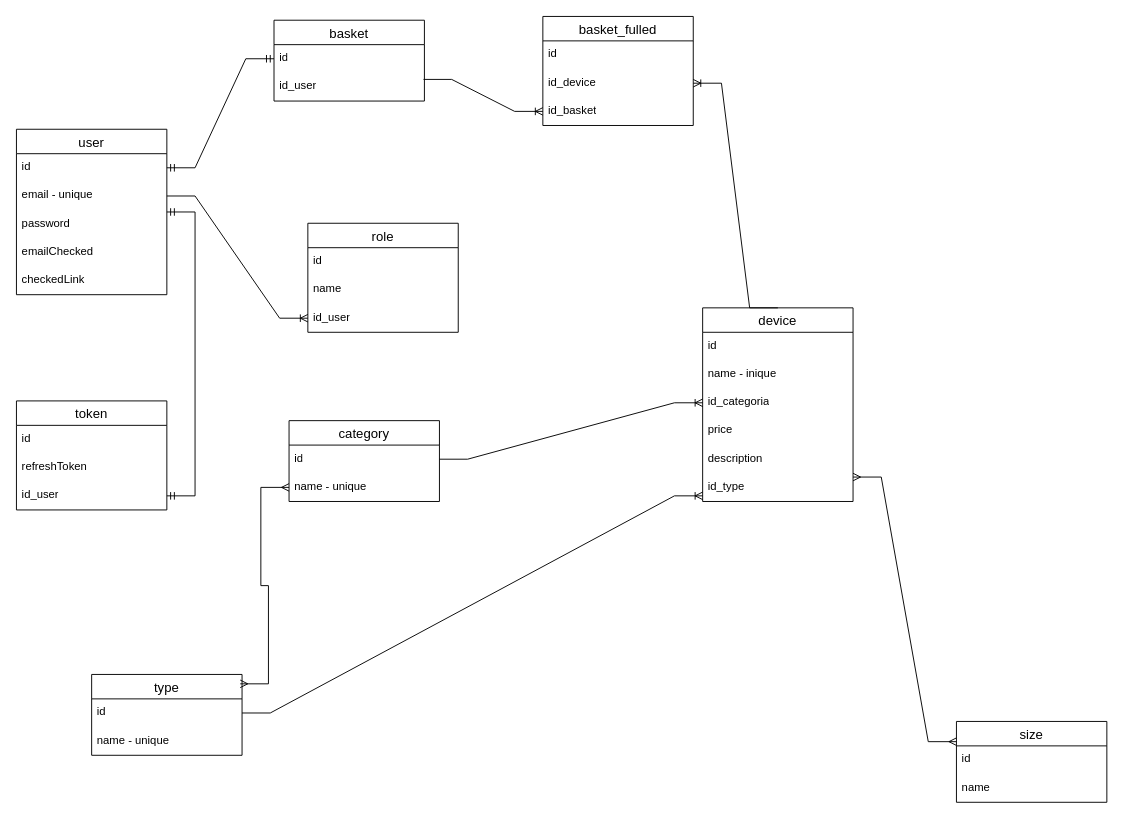
The draw.io diagram shose.drawio in OlegGrn/draw_io, before the edit. Source tidied: cells renumbered, new cells numbered last; positions are measured from the earlier drawing's top-left corner, leaving out a move shared by most shapes. Both pictures are drawn from the tidied source at 94%, with x=0, y=0 at pixel (-22, 16).
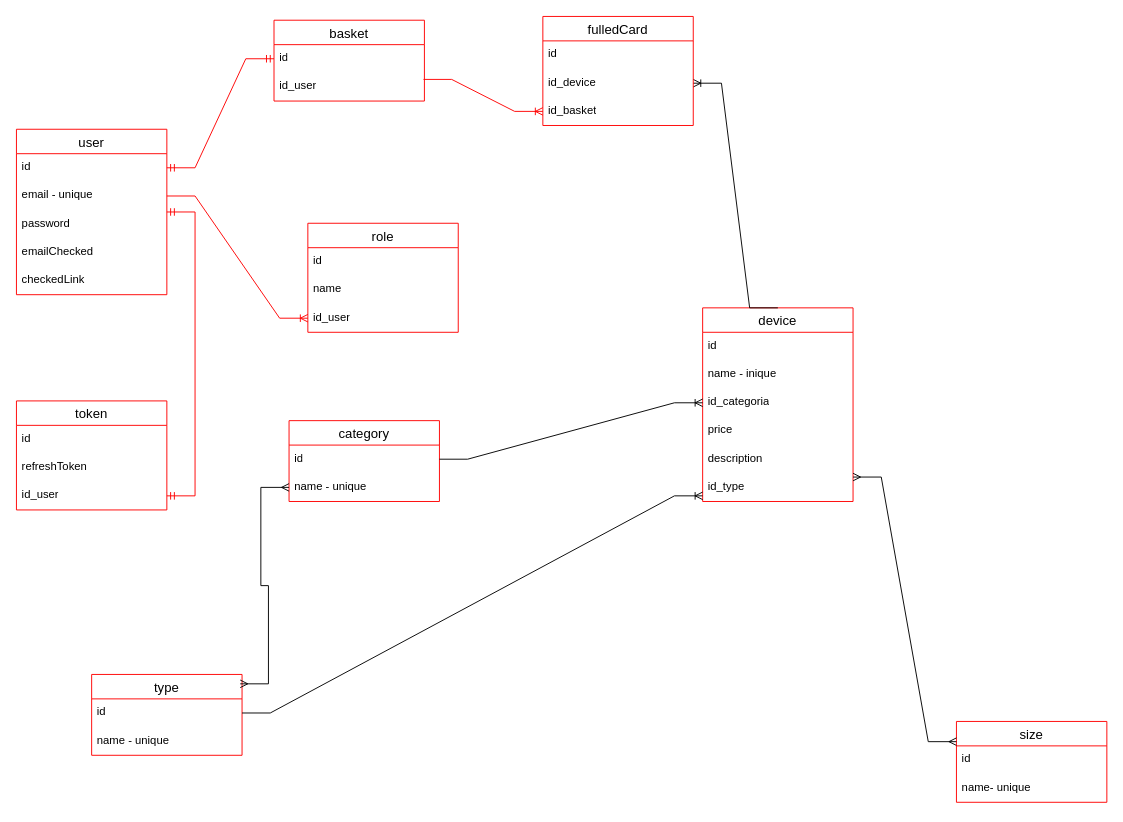
After the change.

Unchanged cells that the change refers to:
```xml
<mxCell id="3" value="id" style="text;strokeColor=none;fillColor=none;spacingLeft=4;spacingRight=4;overflow=hidden;points=[[0,0.5],[1,0.5]];portConstraint=eastwest;fontSize=12;whiteSpace=wrap;html=1;" parent="2" vertex="1">
  <mxGeometry y="26" width="160" height="30" as="geometry" />
</mxCell>
<mxCell id="4" value="email - unique" style="text;strokeColor=none;fillColor=none;spacingLeft=4;spacingRight=4;overflow=hidden;points=[[0,0.5],[1,0.5]];portConstraint=eastwest;fontSize=12;whiteSpace=wrap;html=1;" parent="2" vertex="1">
  <mxGeometry y="56" width="160" height="30" as="geometry" />
</mxCell>
<mxCell id="9" value="id" style="text;strokeColor=none;fillColor=none;spacingLeft=4;spacingRight=4;overflow=hidden;points=[[0,0.5],[1,0.5]];portConstraint=eastwest;fontSize=12;whiteSpace=wrap;html=1;" parent="8" vertex="1">
  <mxGeometry y="26" width="160" height="30" as="geometry" />
</mxCell>
<mxCell id="10" value="id_user" style="text;strokeColor=none;fillColor=none;spacingLeft=4;spacingRight=4;overflow=hidden;points=[[0,0.5],[1,0.5]];portConstraint=eastwest;fontSize=12;whiteSpace=wrap;html=1;" parent="8" vertex="1">
  <mxGeometry y="56" width="160" height="30" as="geometry" />
</mxCell>
<mxCell id="29" value="id_user" style="text;strokeColor=none;fillColor=none;spacingLeft=4;spacingRight=4;overflow=hidden;points=[[0,0.5],[1,0.5]];portConstraint=eastwest;fontSize=12;whiteSpace=wrap;html=1;" parent="26" vertex="1">
  <mxGeometry y="86" width="160" height="30" as="geometry" />
</mxCell>
<mxCell id="38" value="id_basket" style="text;strokeColor=none;fillColor=none;spacingLeft=4;spacingRight=4;overflow=hidden;points=[[0,0.5],[1,0.5]];portConstraint=eastwest;fontSize=12;whiteSpace=wrap;html=1;" parent="35" vertex="1">
  <mxGeometry y="86" width="160" height="30" as="geometry" />
</mxCell>
<mxCell id="44" value="id_user" style="text;strokeColor=none;fillColor=none;spacingLeft=4;spacingRight=4;overflow=hidden;points=[[0,0.5],[1,0.5]];portConstraint=eastwest;fontSize=12;whiteSpace=wrap;html=1;" parent="41" vertex="1">
  <mxGeometry y="86" width="160" height="30" as="geometry" />
</mxCell>
```

What changed in the source:
```diff
@@
-    <mxCell id="2" value="user" style="swimlane;fontStyle=0;horizontal=1;startSize=26;align=center;fontSize=14;" parent="1" vertex="1">
+    <mxCell id="2" value="user" style="swimlane;fontStyle=0;horizontal=1;startSize=26;align=center;fontSize=14;strokeColor=#FF0000;" parent="1" vertex="1">
       <mxGeometry x="40" y="120" width="160" height="176" as="geometry" />
     </mxCell>
@@
-    <mxCell id="8" value="basket" style="swimlane;fontStyle=0;horizontal=1;startSize=26;align=center;fontSize=14;" parent="1" vertex="1">
+    <mxCell id="8" value="basket" style="swimlane;fontStyle=0;horizontal=1;startSize=26;align=center;fontSize=14;strokeColor=#FF0000;" parent="1" vertex="1">
       <mxGeometry x="314" y="4" width="160" height="86" as="geometry" />
     </mxCell>
@@
-    <mxCell id="11" value="device" style="swimlane;fontStyle=0;horizontal=1;startSize=26;align=center;fontSize=14;" parent="1" vertex="1">
+    <mxCell id="11" value="device" style="swimlane;fontStyle=0;horizontal=1;startSize=26;align=center;fontSize=14;strokeColor=#FF0000;" parent="1" vertex="1">
       <mxGeometry x="770" y="310" width="160" height="206" as="geometry" />
     </mxCell>
@@
-    <mxCell id="18" value="type" style="swimlane;fontStyle=0;horizontal=1;startSize=26;align=center;fontSize=14;" parent="1" vertex="1">
+    <mxCell id="18" value="type" style="swimlane;fontStyle=0;horizontal=1;startSize=26;align=center;fontSize=14;strokeColor=#FF0000;" parent="1" vertex="1">
       <mxGeometry x="120" y="700" width="160" height="86" as="geometry" />
     </mxCell>
@@
-    <mxCell id="22" value="size" style="swimlane;fontStyle=0;horizontal=1;startSize=26;align=center;fontSize=14;" parent="1" vertex="1">
+    <mxCell id="22" value="size" style="swimlane;fontStyle=0;horizontal=1;startSize=26;align=center;fontSize=14;strokeColor=#FF0000;" parent="1" vertex="1">
       <mxGeometry x="1040" y="750" width="160" height="86" as="geometry" />
     </mxCell>
@@
-    <mxCell id="24" value="name" style="text;strokeColor=none;fillColor=none;spacingLeft=4;spacingRight=4;overflow=hidden;fontSize=12;whiteSpace=wrap;html=1;" parent="22" vertex="1">
+    <mxCell id="24" value="name- unique" style="text;strokeColor=none;fillColor=none;spacingLeft=4;spacingRight=4;overflow=hidden;fontSize=12;whiteSpace=wrap;html=1;" parent="22" vertex="1">
       <mxGeometry y="56" width="160" height="30" as="geometry" />
     </mxCell>
@@
-    <mxCell id="26" value="role" style="swimlane;fontStyle=0;horizontal=1;startSize=26;align=center;fontSize=14;" parent="1" vertex="1">
+    <mxCell id="26" value="role" style="swimlane;fontStyle=0;horizontal=1;startSize=26;align=center;fontSize=14;strokeColor=#FF0000;" parent="1" vertex="1">
       <mxGeometry x="350" y="220" width="160" height="116" as="geometry" />
     </mxCell>
@@
-    <mxCell id="30" style="edgeStyle=entityRelationEdgeStyle;fontSize=12;html=1;endArrow=ERoneToMany;rounded=0;entryX=0;entryY=0.5;entryDx=0;entryDy=0;exitX=1;exitY=0.5;exitDx=0;exitDy=0;fillColor=#FF0000;strokeColor=#000000;" parent="1" edge="1" source="4" target="29">
+    <mxCell id="30" style="edgeStyle=entityRelationEdgeStyle;fontSize=12;html=1;endArrow=ERoneToMany;rounded=0;entryX=0;entryY=0.5;entryDx=0;entryDy=0;exitX=1;exitY=0.5;exitDx=0;exitDy=0;fillColor=#FF0000;strokeColor=#FF0000;" parent="1" edge="1" source="4" target="29">
       <mxGeometry relative="1" as="geometry" />
     </mxCell>
-    <mxCell id="31" value="category" style="swimlane;fontStyle=0;horizontal=1;startSize=26;align=center;fontSize=14;" parent="1" vertex="1">
+    <mxCell id="31" value="category" style="swimlane;fontStyle=0;horizontal=1;startSize=26;align=center;fontSize=14;strokeColor=#FF0000;" parent="1" vertex="1">
       <mxGeometry x="330" y="430" width="160" height="86" as="geometry" />
     </mxCell>
@@
-    <mxCell id="35" value="basket_fulled" style="swimlane;fontStyle=0;horizontal=1;startSize=26;align=center;fontSize=14;" parent="1" vertex="1">
+    <mxCell id="35" value="fulledCard" style="swimlane;fontStyle=0;horizontal=1;startSize=26;align=center;fontSize=14;strokeColor=#FF0000;" parent="1" vertex="1">
       <mxGeometry x="600" width="160" height="116" as="geometry" />
     </mxCell>
@@
-    <mxCell id="39" style="edgeStyle=entityRelationEdgeStyle;fontSize=12;html=1;endArrow=ERmandOne;startArrow=ERmandOne;rounded=0;entryX=0;entryY=0.5;entryDx=0;entryDy=0;exitX=1;exitY=0.5;exitDx=0;exitDy=0;strokeColor=#000000;" parent="1" edge="1" source="3" target="9">
+    <mxCell id="39" style="edgeStyle=entityRelationEdgeStyle;fontSize=12;html=1;endArrow=ERmandOne;startArrow=ERmandOne;rounded=0;entryX=0;entryY=0.5;entryDx=0;entryDy=0;exitX=1;exitY=0.5;exitDx=0;exitDy=0;strokeColor=#FF0000;" parent="1" edge="1" source="3" target="9">
       <mxGeometry relative="1" as="geometry" />
     </mxCell>
-    <mxCell id="40" style="edgeStyle=entityRelationEdgeStyle;fontSize=12;html=1;endArrow=ERoneToMany;rounded=0;entryX=0;entryY=0.5;entryDx=0;entryDy=0;exitX=0.994;exitY=0.233;exitDx=0;exitDy=0;exitPerimeter=0;strokeColor=#000000;" parent="1" edge="1" source="10" target="38">
+    <mxCell id="40" style="edgeStyle=entityRelationEdgeStyle;fontSize=12;html=1;endArrow=ERoneToMany;rounded=0;entryX=0;entryY=0.5;entryDx=0;entryDy=0;exitX=0.994;exitY=0.233;exitDx=0;exitDy=0;exitPerimeter=0;strokeColor=#FF0000;" parent="1" edge="1" source="10" target="38">
       <mxGeometry relative="1" as="geometry" />
     </mxCell>
-    <mxCell id="41" value="token" style="swimlane;fontStyle=0;horizontal=1;startSize=26;align=center;fontSize=14;" parent="1" vertex="1">
+    <mxCell id="41" value="token" style="swimlane;fontStyle=0;horizontal=1;startSize=26;align=center;fontSize=14;strokeColor=#FF0000;" parent="1" vertex="1">
       <mxGeometry x="40" y="409" width="160" height="116" as="geometry" />
     </mxCell>
@@
-    <mxCell id="45" style="edgeStyle=entityRelationEdgeStyle;fontSize=12;html=1;endArrow=ERmandOne;startArrow=ERmandOne;rounded=0;exitX=1;exitY=0.5;exitDx=0;exitDy=0;strokeColor=#000000;" parent="1" edge="1" source="44" target="2">
+    <mxCell id="45" style="edgeStyle=entityRelationEdgeStyle;fontSize=12;html=1;endArrow=ERmandOne;startArrow=ERmandOne;rounded=0;exitX=1;exitY=0.5;exitDx=0;exitDy=0;strokeColor=#FF0000;" parent="1" edge="1" source="44" target="2">
       <mxGeometry relative="1" as="geometry">
         <Array as="points">
           <mxPoint y="180" />
         </Array>
       </mxGeometry>
     </mxCell>
```
